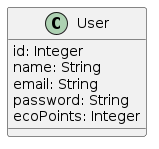
2324-4bhif-syp/2324-4bhif-syp-project-ecopoints keeps this PlantUML diagram as images/cld.png. Above is the earlier version.
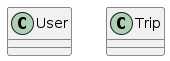
The same diagram one commit later.

Commit message:
Deploying to gh-pages from @ 2324-4bhif-syp/2324-4bhif-syp-project-ecopoints@fd245e3789466a513ae9b4738d9a03e26fb2b6a1 🚀

Change to the diagram source:
```diff
@@ -1,11 +1,5 @@
 @startuml
-
-class User {
-    id: Integer
-    name: String
-    email: String
-    password: String
-    ecoPoints: Integer
-}
+class User
+class Trip
 
 @enduml
```
